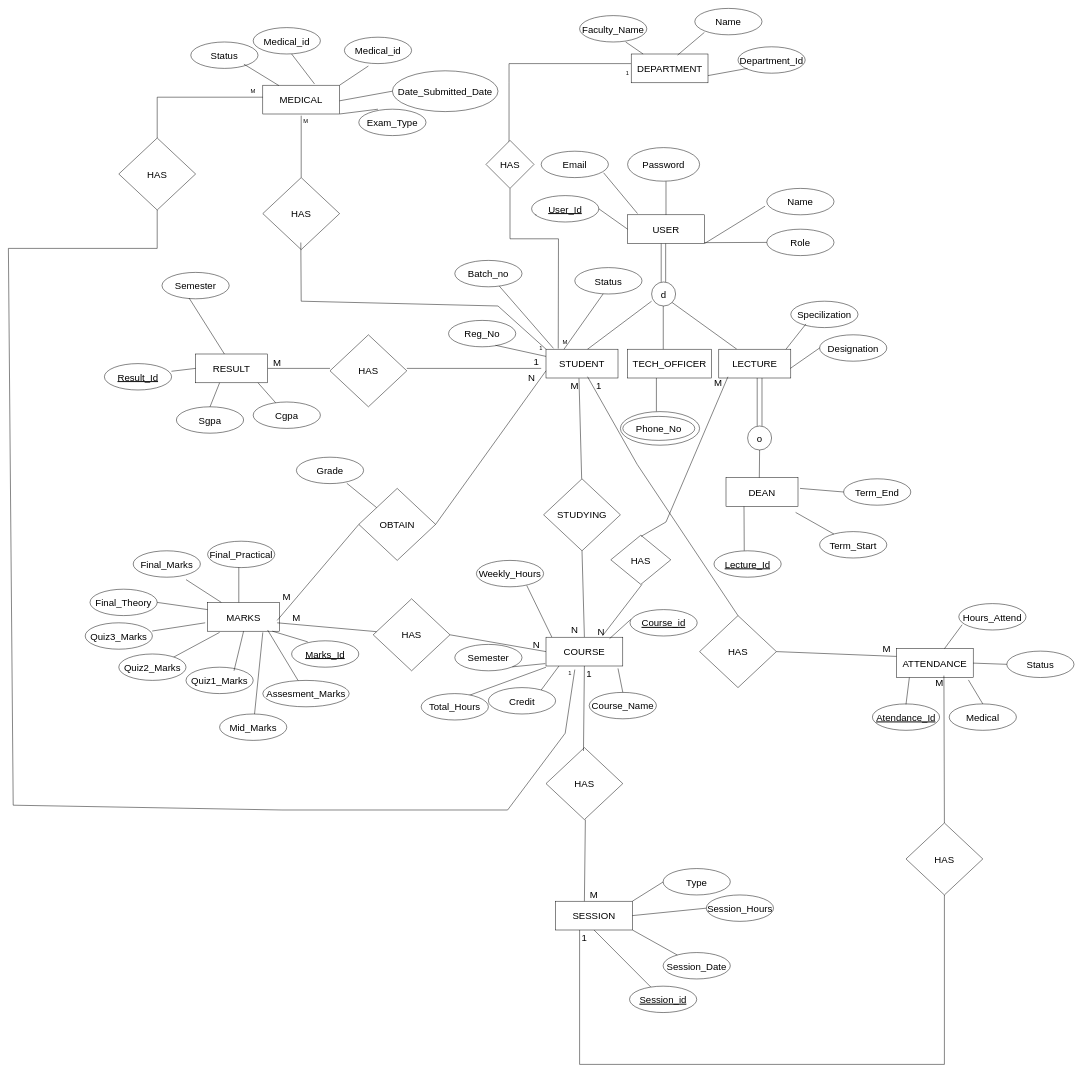
nuwangi2003/database_project keeps this draw.io diagram as document/ER.drawio. Above is the earlier version. Source tidied: cells renumbered, new cells numbered last; positions are measured from the earlier drawing's top-left corner, leaving out a move shared by most shapes. Both pictures are drawn from the tidied source at 48%, with x=0, y=0 at pixel (8, 8).
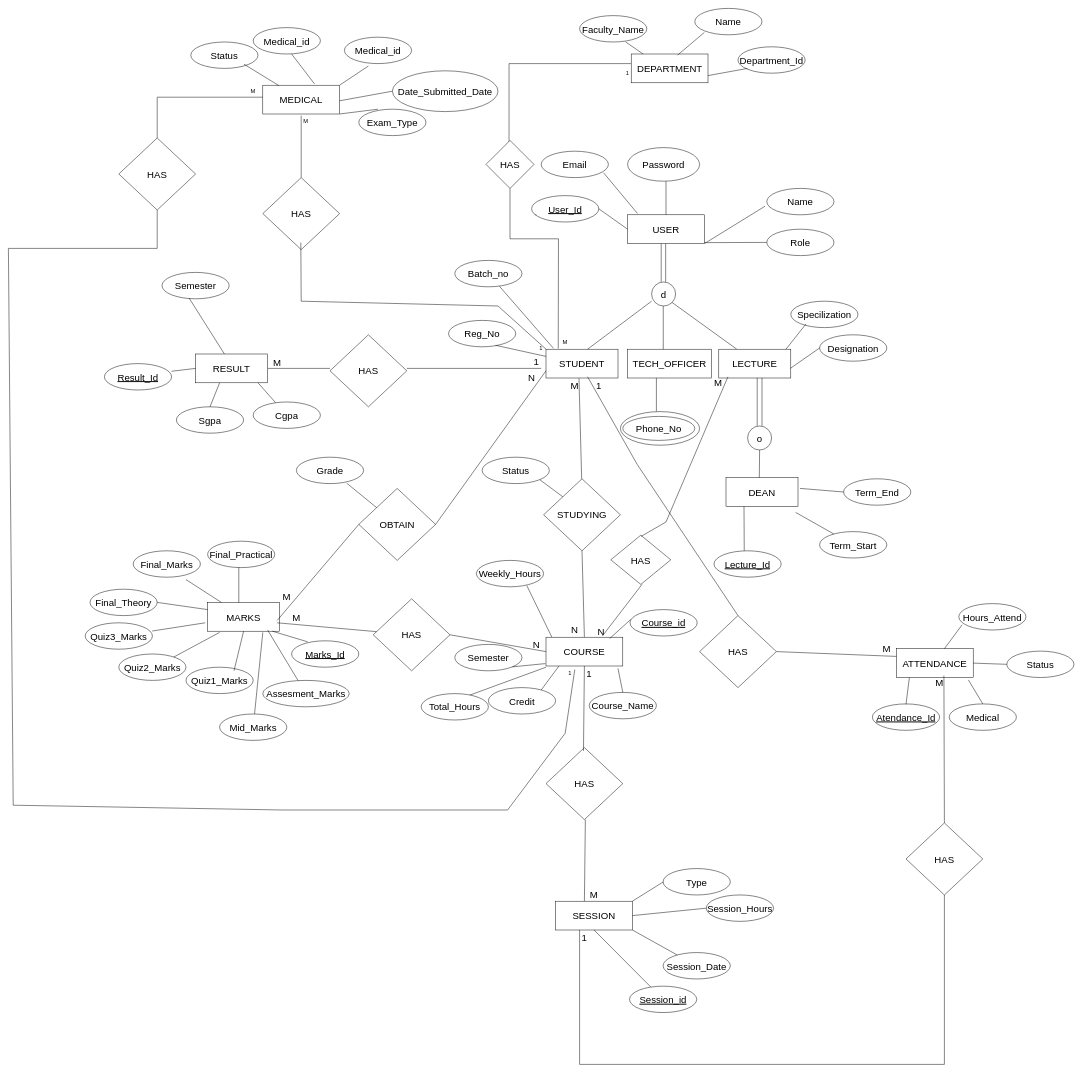
The same page after the edit.

The change refers to these unchanged cells:
```xml
<mxCell id="17" value="&lt;font&gt;STUDENT&lt;/font&gt;" style="rounded=0;whiteSpace=wrap;html=1;fontSize=20;" parent="1" vertex="1">
  <mxGeometry x="1120" y="710" width="150" height="60" as="geometry" />
</mxCell>
<mxCell id="21" value="STUDYING" style="rhombus;whiteSpace=wrap;html=1;fontSize=20;" parent="1" vertex="1">
  <mxGeometry x="1115" y="980" width="160" height="150" as="geometry" />
</mxCell>
```

The edit, as a diff of the source:
```diff
@@
-    <mxCell id="25" style="endArrow=none;html=1;rounded=0;exitX=0.25;exitY=0;exitDx=0;exitDy=0;fontSize=20;entryX=0.43;entryY=0.966;entryDx=0;entryDy=0;entryPerimeter=0;" parent="1" edge="1" source="17" target="26">
-      <mxGeometry relative="1" as="geometry" />
-    </mxCell>
-    <mxCell id="26" value="Status" style="ellipse;whiteSpace=wrap;html=1;fontSize=20;" parent="1" vertex="1">
-      <mxGeometry x="1180" y="540" width="140" height="55" as="geometry" />
-    </mxCell>
@@
+    <mxCell id="26" value="Status" style="ellipse;whiteSpace=wrap;html=1;fontSize=20;" parent="1" vertex="1">
+      <mxGeometry x="987" y="935" width="140" height="55" as="geometry" />
+    </mxCell>
+    <mxCell id="183" style="endArrow=none;html=1;rounded=0;exitX=1;exitY=1;exitDx=0;exitDy=0;entryX=0;entryY=0;entryDx=0;entryDy=0;" parent="1" edge="1" source="26" target="21">
+      <mxGeometry relative="1" as="geometry" />
+    </mxCell>
```
